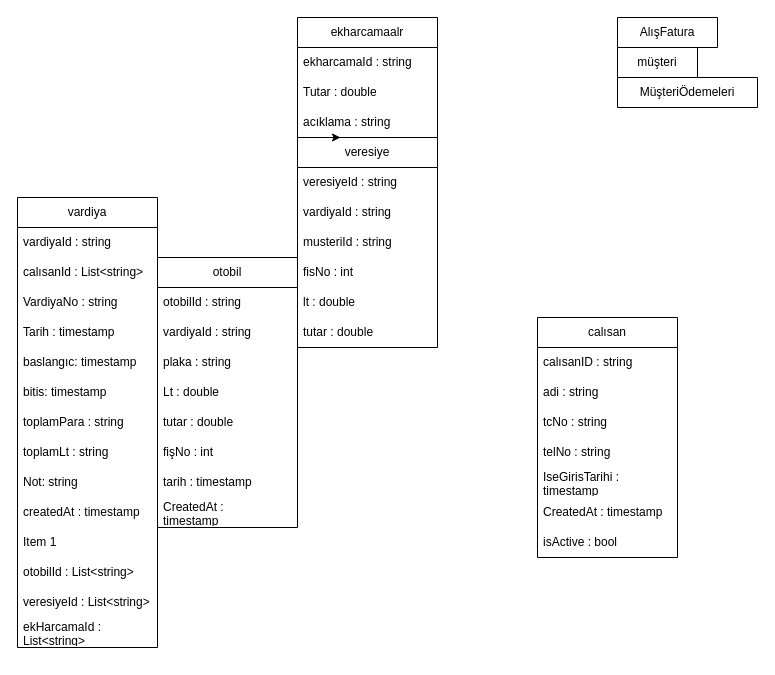
This is Başlıksız Diyagram.drawio from BurakErkemen/Gas_Station_Automation, a draw.io file, before an edit. Source tidied: cells renumbered, new cells numbered last; positions are measured from the earlier drawing's top-left corner, leaving out a move shared by most shapes. Both pictures are drawn from the tidied source at 100%, with x=0, y=0 at pixel (17, 17).
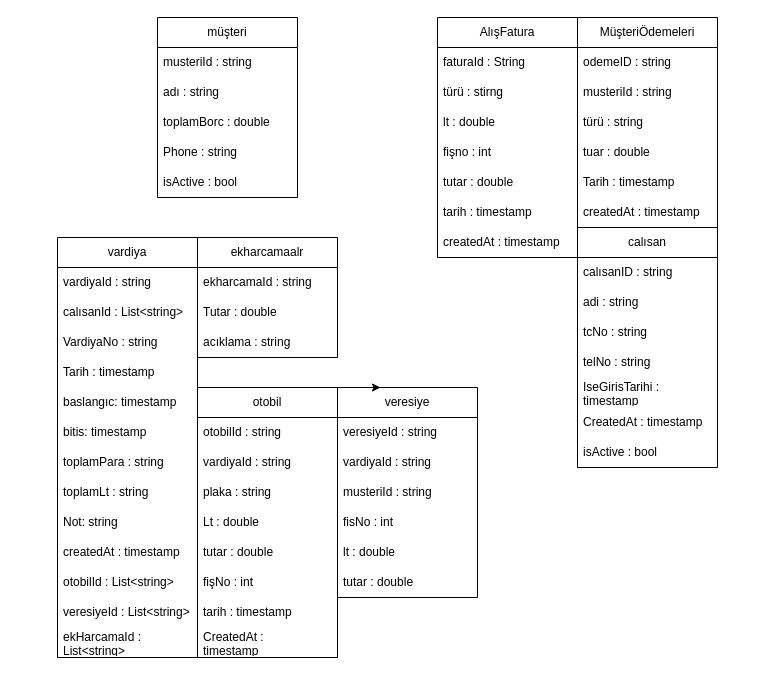
Above is the later version.

What changed in the source:
```diff
@@
     <mxCell id="2" value="calısan" style="swimlane;fontStyle=0;horizontal=1;startSize=30;whiteSpace=wrap;html=1;" parent="1" vertex="1">
-      <mxGeometry x="520" y="300" width="140" height="240" as="geometry" />
+      <mxGeometry x="560" y="210" width="140" height="240" as="geometry" />
     </mxCell>
@@
     <mxCell id="10" value="vardiya" style="swimlane;fontStyle=0;horizontal=1;startSize=30;whiteSpace=wrap;html=1;" parent="1" vertex="1">
-      <mxGeometry y="180" width="140" height="450" as="geometry" />
+      <mxGeometry x="40" y="220" width="140" height="420" as="geometry" />
     </mxCell>
@@
-    <mxCell id="21" value="Item 1" style="text;strokeColor=none;fillColor=none;align=left;verticalAlign=middle;spacingLeft=4;spacingRight=4;overflow=hidden;whiteSpace=wrap;html=1;" parent="10" vertex="1">
-      <mxGeometry y="330" width="140" height="30" as="geometry" />
-    </mxCell>
     <mxCell id="22" value="otobilId : List&amp;lt;string&amp;gt;" style="text;strokeColor=none;fillColor=none;align=left;verticalAlign=middle;spacingLeft=4;spacingRight=4;overflow=hidden;whiteSpace=wrap;html=1;" parent="10" vertex="1">
-      <mxGeometry y="360" width="140" height="30" as="geometry" />
+      <mxGeometry y="330" width="140" height="30" as="geometry" />
     </mxCell>
     <mxCell id="23" value="veresiyeId : List&amp;lt;string&amp;gt;" style="text;strokeColor=none;fillColor=none;align=left;verticalAlign=middle;spacingLeft=4;spacingRight=4;overflow=hidden;whiteSpace=wrap;html=1;" parent="10" vertex="1">
-      <mxGeometry y="390" width="140" height="30" as="geometry" />
+      <mxGeometry y="360" width="140" height="30" as="geometry" />
     </mxCell>
     <mxCell id="24" value="ekHarcamaId : List&amp;lt;string&amp;gt;" style="text;strokeColor=none;fillColor=none;align=left;verticalAlign=middle;spacingLeft=4;spacingRight=4;overflow=hidden;whiteSpace=wrap;html=1;" parent="10" vertex="1">
-      <mxGeometry y="420" width="140" height="30" as="geometry" />
+      <mxGeometry y="390" width="140" height="30" as="geometry" />
     </mxCell>
     <mxCell id="25" value="ekharcamaalr" style="swimlane;fontStyle=0;horizontal=1;startSize=30;whiteSpace=wrap;html=1;" parent="1" vertex="1">
-      <mxGeometry x="280" width="140" height="120" as="geometry" />
+      <mxGeometry x="180" y="220" width="140" height="120" as="geometry" />
     </mxCell>
@@
     <mxCell id="29" value="veresiye" style="swimlane;fontStyle=0;horizontal=1;startSize=30;whiteSpace=wrap;html=1;" parent="1" vertex="1">
-      <mxGeometry x="280" y="120" width="140" height="210" as="geometry" />
+      <mxGeometry x="320" y="370" width="140" height="210" as="geometry" />
     </mxCell>
@@
-    <mxCell id="36" value="müşteri" style="swimlane;fontStyle=0;horizontal=1;startSize=30;whiteSpace=wrap;html=1;" parent="1" vertex="1" collapsed="1">
-      <mxGeometry x="600" y="30" width="80" height="30" as="geometry" />
+    <mxCell id="36" value="müşteri" style="swimlane;fontStyle=0;horizontal=1;startSize=30;whiteSpace=wrap;html=1;" parent="1" vertex="1">
+      <mxGeometry x="140" width="140" height="180" as="geometry" />
     </mxCell>
+    <mxCell id="49" value="musteriId : string" style="text;strokeColor=none;fillColor=none;align=left;verticalAlign=middle;spacingLeft=4;spacingRight=4;overflow=hidden;whiteSpace=wrap;html=1;" parent="36" vertex="1">
+      <mxGeometry y="30" width="140" height="30" as="geometry" />
+    </mxCell>
+    <mxCell id="50" value="adı : string" style="text;strokeColor=none;fillColor=none;align=left;verticalAlign=middle;spacingLeft=4;spacingRight=4;overflow=hidden;whiteSpace=wrap;html=1;" parent="36" vertex="1">
+      <mxGeometry y="60" width="140" height="30" as="geometry" />
+    </mxCell>
+    <mxCell id="51" value="toplamBorc : double" style="text;strokeColor=none;fillColor=none;align=left;verticalAlign=middle;spacingLeft=4;spacingRight=4;overflow=hidden;whiteSpace=wrap;html=1;" parent="36" vertex="1">
+      <mxGeometry y="90" width="140" height="30" as="geometry" />
+    </mxCell>
+    <mxCell id="52" value="Phone : string" style="text;strokeColor=none;fillColor=none;align=left;verticalAlign=middle;spacingLeft=4;spacingRight=4;overflow=hidden;whiteSpace=wrap;html=1;" parent="36" vertex="1">
+      <mxGeometry y="120" width="140" height="30" as="geometry" />
+    </mxCell>
+    <mxCell id="53" value="isActive : bool" style="text;strokeColor=none;fillColor=none;align=left;verticalAlign=middle;spacingLeft=4;spacingRight=4;overflow=hidden;whiteSpace=wrap;html=1;" parent="36" vertex="1">
+      <mxGeometry y="150" width="140" height="30" as="geometry" />
+    </mxCell>
@@
-    <mxCell id="38" value="AlışFatura" style="swimlane;fontStyle=0;horizontal=1;startSize=30;whiteSpace=wrap;html=1;" parent="1" vertex="1" collapsed="1">
-      <mxGeometry x="600" width="100" height="30" as="geometry" />
+    <mxCell id="38" value="AlışFatura" style="swimlane;fontStyle=0;horizontal=1;startSize=30;whiteSpace=wrap;html=1;" parent="1" vertex="1">
+      <mxGeometry x="420" width="140" height="240" as="geometry" />
     </mxCell>
+    <mxCell id="54" value="faturaId : String" style="text;strokeColor=none;fillColor=none;align=left;verticalAlign=middle;spacingLeft=4;spacingRight=4;overflow=hidden;whiteSpace=wrap;html=1;" parent="38" vertex="1">
+      <mxGeometry y="30" width="140" height="30" as="geometry" />
+    </mxCell>
+    <mxCell id="55" value="türü : stirng" style="text;strokeColor=none;fillColor=none;align=left;verticalAlign=middle;spacingLeft=4;spacingRight=4;overflow=hidden;whiteSpace=wrap;html=1;" parent="38" vertex="1">
+      <mxGeometry y="60" width="140" height="30" as="geometry" />
+    </mxCell>
+    <mxCell id="56" value="lt : double" style="text;strokeColor=none;fillColor=none;align=left;verticalAlign=middle;spacingLeft=4;spacingRight=4;overflow=hidden;whiteSpace=wrap;html=1;" parent="38" vertex="1">
+      <mxGeometry y="90" width="140" height="30" as="geometry" />
+    </mxCell>
+    <mxCell id="57" value="fişno : int" style="text;strokeColor=none;fillColor=none;align=left;verticalAlign=middle;spacingLeft=4;spacingRight=4;overflow=hidden;whiteSpace=wrap;html=1;" parent="38" vertex="1">
+      <mxGeometry y="120" width="140" height="30" as="geometry" />
+    </mxCell>
+    <mxCell id="58" value="tutar : double" style="text;strokeColor=none;fillColor=none;align=left;verticalAlign=middle;spacingLeft=4;spacingRight=4;overflow=hidden;whiteSpace=wrap;html=1;" parent="38" vertex="1">
+      <mxGeometry y="150" width="140" height="30" as="geometry" />
+    </mxCell>
+    <mxCell id="59" value="tarih : timestamp" style="text;strokeColor=none;fillColor=none;align=left;verticalAlign=middle;spacingLeft=4;spacingRight=4;overflow=hidden;whiteSpace=wrap;html=1;" parent="38" vertex="1">
+      <mxGeometry y="180" width="140" height="30" as="geometry" />
+    </mxCell>
+    <mxCell id="60" value="createdAt : timestamp" style="text;strokeColor=none;fillColor=none;align=left;verticalAlign=middle;spacingLeft=4;spacingRight=4;overflow=hidden;whiteSpace=wrap;html=1;" parent="38" vertex="1">
+      <mxGeometry y="210" width="140" height="30" as="geometry" />
+    </mxCell>
-    <mxCell id="39" value="MüşteriÖdemeleri" style="swimlane;fontStyle=0;horizontal=1;startSize=30;whiteSpace=wrap;html=1;" parent="1" vertex="1" collapsed="1">
-      <mxGeometry x="600" y="60" width="140" height="30" as="geometry" />
+    <mxCell id="39" value="MüşteriÖdemeleri" style="swimlane;fontStyle=0;horizontal=1;startSize=30;whiteSpace=wrap;html=1;" parent="1" vertex="1">
+      <mxGeometry x="560" width="140" height="210" as="geometry" />
     </mxCell>
+    <mxCell id="61" value="odemeID : string" style="text;strokeColor=none;fillColor=none;align=left;verticalAlign=middle;spacingLeft=4;spacingRight=4;overflow=hidden;whiteSpace=wrap;html=1;" parent="39" vertex="1">
+      <mxGeometry y="30" width="140" height="30" as="geometry" />
+    </mxCell>
+    <mxCell id="62" value="musteriId : string" style="text;strokeColor=none;fillColor=none;align=left;verticalAlign=middle;spacingLeft=4;spacingRight=4;overflow=hidden;whiteSpace=wrap;html=1;" parent="39" vertex="1">
+      <mxGeometry y="60" width="140" height="30" as="geometry" />
+    </mxCell>
+    <mxCell id="63" value="türü : string" style="text;strokeColor=none;fillColor=none;align=left;verticalAlign=middle;spacingLeft=4;spacingRight=4;overflow=hidden;whiteSpace=wrap;html=1;" parent="39" vertex="1">
+      <mxGeometry y="90" width="140" height="30" as="geometry" />
+    </mxCell>
+    <mxCell id="64" value="tuar : double" style="text;strokeColor=none;fillColor=none;align=left;verticalAlign=middle;spacingLeft=4;spacingRight=4;overflow=hidden;whiteSpace=wrap;html=1;" parent="39" vertex="1">
+      <mxGeometry y="120" width="140" height="30" as="geometry" />
+    </mxCell>
+    <mxCell id="65" value="Tarih : timestamp" style="text;strokeColor=none;fillColor=none;align=left;verticalAlign=middle;spacingLeft=4;spacingRight=4;overflow=hidden;whiteSpace=wrap;html=1;" parent="39" vertex="1">
+      <mxGeometry y="150" width="140" height="30" as="geometry" />
+    </mxCell>
+    <mxCell id="66" value="createdAt : timestamp" style="text;strokeColor=none;fillColor=none;align=left;verticalAlign=middle;spacingLeft=4;spacingRight=4;overflow=hidden;whiteSpace=wrap;html=1;" parent="39" vertex="1">
+      <mxGeometry y="180" width="140" height="30" as="geometry" />
+    </mxCell>
     <mxCell id="40" value="otobil" style="swimlane;fontStyle=0;horizontal=1;startSize=30;whiteSpace=wrap;html=1;" parent="1" vertex="1">
-      <mxGeometry x="140" y="240" width="140" height="270" as="geometry" />
+      <mxGeometry x="180" y="370" width="140" height="270" as="geometry" />
     </mxCell>
```
